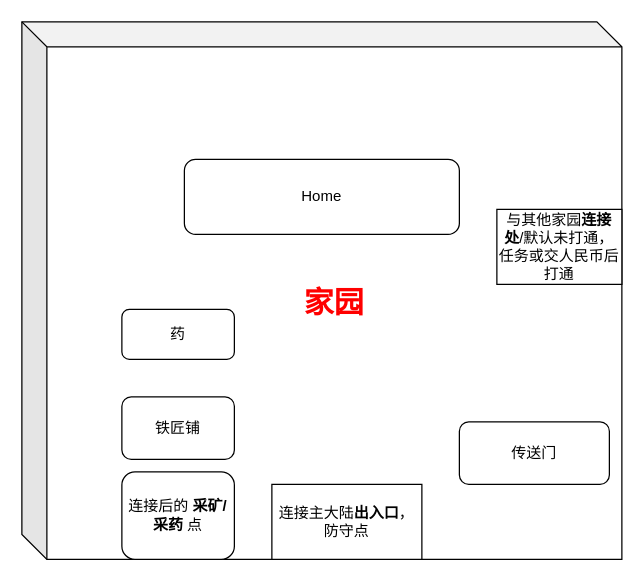
This is Server.drawio from simugongzi/ServerDoc, a draw.io file, before an edit. Source tidied: cells renumbered, new cells numbered last; positions are measured from the earlier drawing's top-left corner, leaving out a move shared by most shapes. Both pictures are drawn from the tidied source at 125%, with x=0, y=0 at pixel (21, 21).
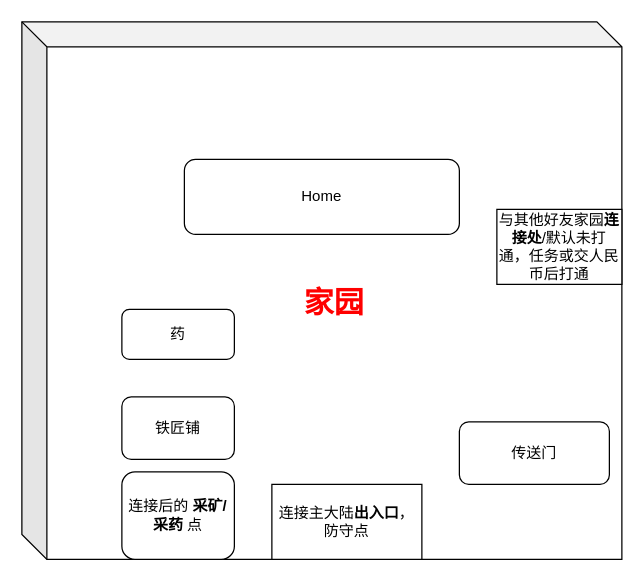
Above is the later version.

Diff of the diagram source:
```diff
@@
 <mxGraphModel>
   <root>
     <mxCell id="0" />
     <mxCell id="1" parent="0" />
     <mxCell id="2" value="&lt;h1&gt;&lt;font color=&quot;#ff0000&quot;&gt;家园&lt;/font&gt;&lt;/h1&gt;" style="shape=cube;whiteSpace=wrap;html=1;boundedLbl=1;backgroundOutline=1;darkOpacity=0.05;darkOpacity2=0.1;" parent="1" vertex="1">
       <mxGeometry width="480" height="430" as="geometry" />
     </mxCell>
     <mxCell id="3" value="Home" style="rounded=1;whiteSpace=wrap;html=1;" parent="1" vertex="1">
       <mxGeometry x="130" y="110" width="220" height="60" as="geometry" />
     </mxCell>
     <mxCell id="4" value="铁匠铺" style="rounded=1;whiteSpace=wrap;html=1;" parent="1" vertex="1">
       <mxGeometry x="80" y="300" width="90" height="50" as="geometry" />
     </mxCell>
     <mxCell id="5" value="药" style="rounded=1;whiteSpace=wrap;html=1;" parent="1" vertex="1">
       <mxGeometry x="80" y="230" width="90" height="40" as="geometry" />
     </mxCell>
     <mxCell id="6" value="连接主大陆&lt;b&gt;出入口&lt;/b&gt;，防守点" style="rounded=0;whiteSpace=wrap;html=1;" parent="1" vertex="1">
       <mxGeometry x="200" y="370" width="120" height="60" as="geometry" />
     </mxCell>
     <mxCell id="7" value="传送门" style="rounded=1;whiteSpace=wrap;html=1;" parent="1" vertex="1">
       <mxGeometry x="350" y="320" width="120" height="50" as="geometry" />
     </mxCell>
-    <mxCell id="8" value="与其他家园&lt;b&gt;连接处&lt;/b&gt;/默认未打通，任务或交人民币后打通" style="rounded=0;whiteSpace=wrap;html=1;" parent="1" vertex="1">
+    <mxCell id="8" value="与其他好友家园&lt;b&gt;连接处&lt;/b&gt;/默认未打通，任务或交人民币后打通" style="rounded=0;whiteSpace=wrap;html=1;" parent="1" vertex="1">
       <mxGeometry x="380" y="150" width="100" height="60" as="geometry" />
     </mxCell>
     <mxCell id="9" value="连接后的 &lt;b&gt;采矿/采药&lt;/b&gt; 点" style="rounded=1;whiteSpace=wrap;html=1;" parent="1" vertex="1">
       <mxGeometry x="80" y="360" width="90" height="70" as="geometry" />
     </mxCell>
   </root>
 </mxGraphModel>
```
